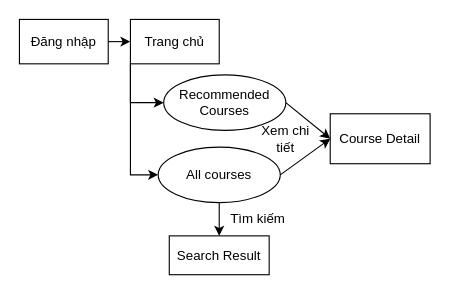
This is web/web.drawio from ippapi/BIG_MOOC, a draw.io file, before an edit. Source tidied: cells renumbered, new cells numbered last; positions are measured from the earlier drawing's top-left corner, leaving out a move shared by most shapes. Both pictures are drawn from the tidied source at 111%, with x=0, y=0 at pixel (19, 19).
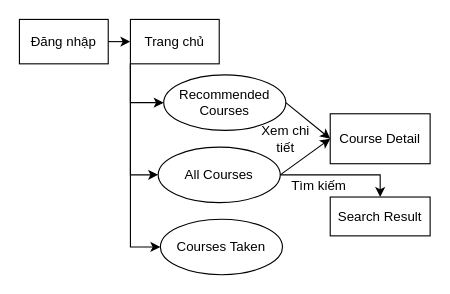
After the change.

Commit message:
update xíu nữa

Diff of the diagram source:
```diff
@@
-    <mxCell id="6" value="All courses" style="ellipse;whiteSpace=wrap;html=1;" parent="1" vertex="1">
+    <mxCell id="6" value="All Courses" style="ellipse;whiteSpace=wrap;html=1;" parent="1" vertex="1">
       <mxGeometry x="125" y="115" width="110" height="50" as="geometry" />
     </mxCell>
@@
-    <mxCell id="9" style="endArrow=classic;html=1;rounded=0;exitX=0.5;exitY=1;exitDx=0;exitDy=0;entryX=0.5;entryY=0;entryDx=0;entryDy=0;" parent="1" edge="1" source="6" target="11">
-      <mxGeometry relative="1" as="geometry" />
+    <mxCell id="9" style="endArrow=classic;html=1;rounded=0;entryX=0.5;entryY=0;entryDx=0;entryDy=0;" parent="1" edge="1" source="6" target="11">
+      <mxGeometry relative="1" as="geometry">
+        <Array as="points">
+          <mxPoint x="325" y="140" />
+        </Array>
+      </mxGeometry>
     </mxCell>
     <mxCell id="10" value="Tìm kiếm" style="text;html=1;align=center;verticalAlign=middle;whiteSpace=wrap;rounded=0;" parent="1" vertex="1">
-      <mxGeometry x="185" y="165" width="60" height="30" as="geometry" />
+      <mxGeometry x="240" y="135" width="60" height="30" as="geometry" />
     </mxCell>
     <mxCell id="11" value="Search Result" style="rounded=0;whiteSpace=wrap;html=1;" parent="1" vertex="1">
-      <mxGeometry x="135" y="195" width="90" height="35" as="geometry" />
+      <mxGeometry x="280" y="160" width="90" height="35" as="geometry" />
     </mxCell>
@@
+    <mxCell id="16" value="Courses Taken" style="ellipse;whiteSpace=wrap;html=1;" parent="1" vertex="1">
+      <mxGeometry x="127" y="180" width="110" height="50" as="geometry" />
+    </mxCell>
+    <mxCell id="17" style="endArrow=classic;html=1;rounded=0;entryX=0;entryY=0.5;entryDx=0;entryDy=0;" parent="1" edge="1" target="16">
+      <mxGeometry relative="1" as="geometry">
+        <mxPoint x="100" y="40" as="sourcePoint" />
+        <Array as="points">
+          <mxPoint x="100" y="205" />
+        </Array>
+      </mxGeometry>
+    </mxCell>
```
